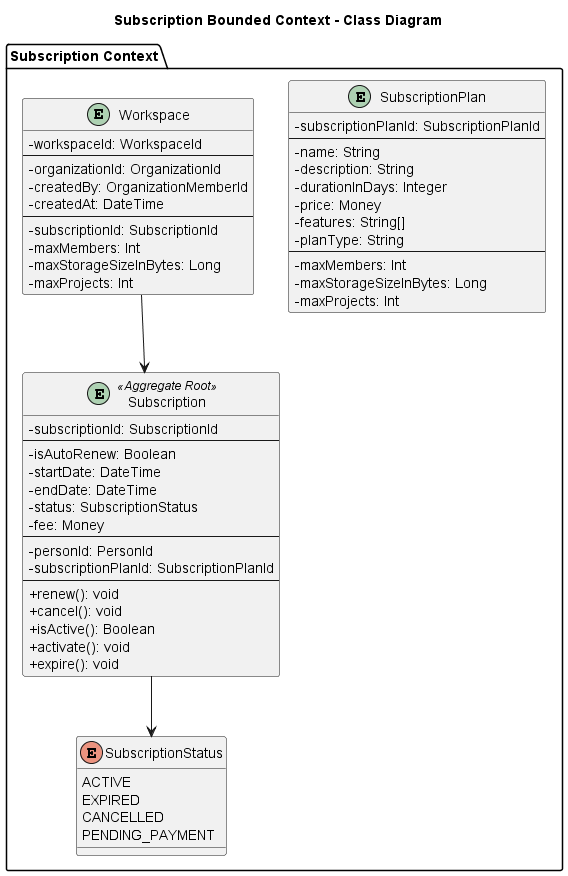
This is img/chapter4/oop/subscriptions.png from GalaxiaWonder-OpenSource/ProjectReport, a PlantUML export, as it was before one commit.
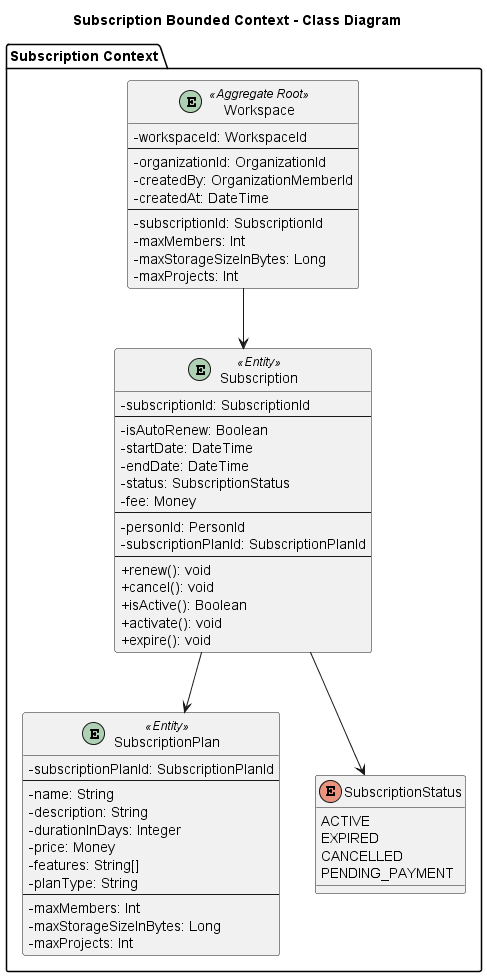
The same file after the commit.

Commit message:
bugfix(software-object-oriented-design): change organization file iam and subscription oop diagrams

Change to the diagram source:
```diff
@@ -5,7 +5,7 @@
 
 package "Subscription Context" {
 
-    entity Subscription <<Aggregate Root>> {
+    entity Subscription <<Entity>> {
         - subscriptionId: SubscriptionId
         --
         - isAutoRenew: Boolean
@@ -24,7 +24,7 @@
         + expire(): void
     }
 
-    entity SubscriptionPlan {
+    entity SubscriptionPlan <<Entity>>{
         - subscriptionPlanId: SubscriptionPlanId
         --
         - name: String
@@ -39,7 +39,7 @@
         - maxProjects: Int
     }
 
-    entity Workspace {
+    entity Workspace <<Aggregate Root>>{
         - workspaceId: WorkspaceId
         --
         - organizationId: OrganizationId
@@ -60,6 +60,7 @@
     }
 
     Subscription --> SubscriptionStatus
+    Subscription --> SubscriptionPlan
     Workspace --> Subscription
 }
 @enduml
```
